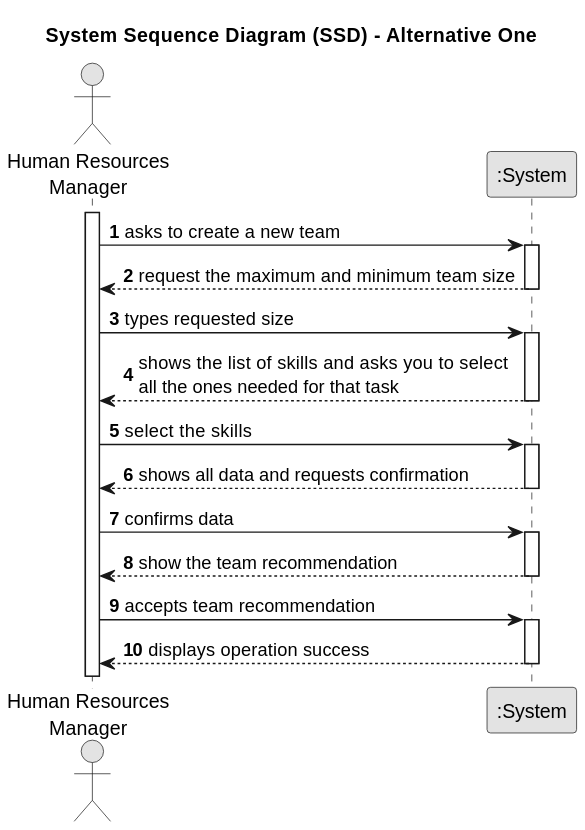
Earlier version of the PlantUML export docs/sprintB/us005/01.requirements-engineering/svg/us005-system-sequence-diagram-alternative-one.svg (diogoveirospro/lei-24-s2-1dg-g072). Its diagram source:
```plantuml
@startuml
skinparam monochrome true
skinparam packageStyle rectangle
skinparam shadowing false

title System Sequence Diagram (SSD) - Alternative One

autonumber

actor "Human Resources\nManager" as GRH
participant ":System" as System

activate GRH

    GRH -> System : asks to create a new team
    activate System

        System --> GRH : request the maximum and minimum team size
    deactivate System

    GRH -> System : types requested size
    activate System

        System --> GRH : shows the list of skills and asks you to select\nall the ones needed for that task
    deactivate System

    GRH -> System : select the skills
    activate System

        System --> GRH : shows all data and requests confirmation
    deactivate System

    GRH -> System : confirms data
    activate System

        System --> GRH : show the team recommendation
    deactivate System

    GRH -> System : accepts team recommendation
    activate System

        System --> GRH : displays operation success
    deactivate System
@enduml
```
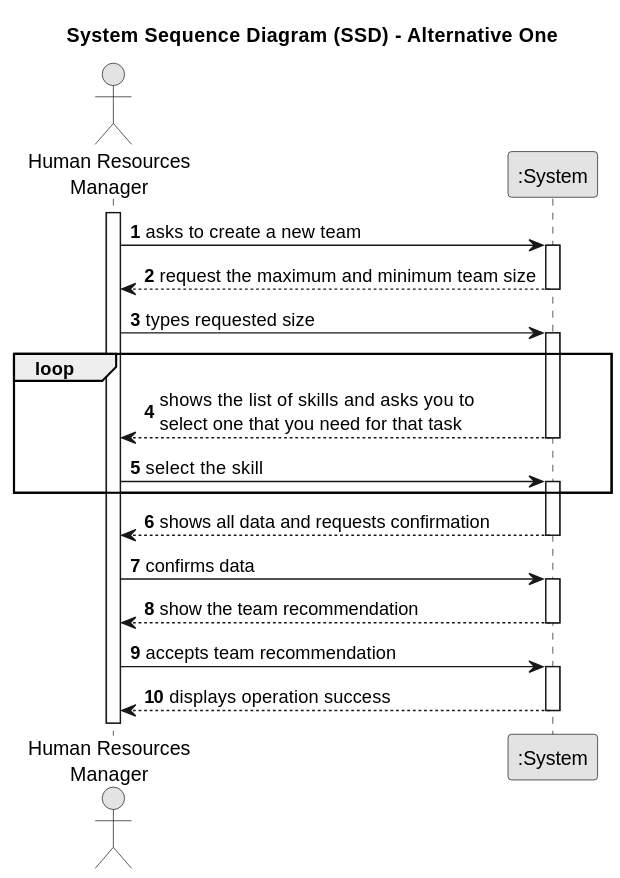
The same diagram one commit later.

What changed in the source:
```diff
@@ -20,13 +20,13 @@
 
     GRH -> System : types requested size
     activate System
-
-        System --> GRH : shows the list of skills and asks you to select\nall the ones needed for that task
+loop
+        System --> GRH : shows the list of skills and asks you to \nselect one that you need for that task
     deactivate System
 
-    GRH -> System : select the skills
+    GRH -> System : select the skill
     activate System
-
+end
         System --> GRH : shows all data and requests confirmation
     deactivate System
 
```
